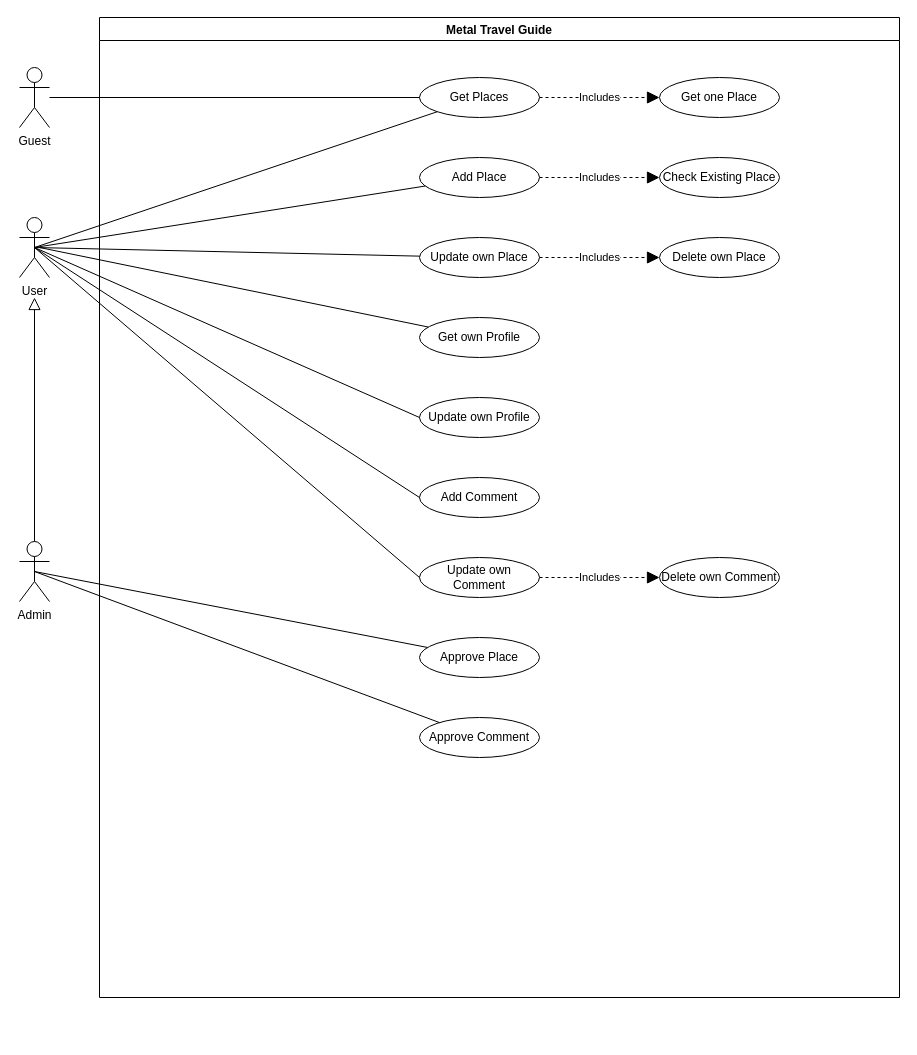
Before: backend/uml_case_diagram.drawio in peppecuci/metaltravelguide, a draw.io diagram. Source tidied: cells renumbered, new cells numbered last; positions are measured from the earlier drawing's top-left corner, leaving out a move shared by most shapes. Both pictures are drawn from the tidied source at 100%, with x=0, y=0 at pixel (19, 17).
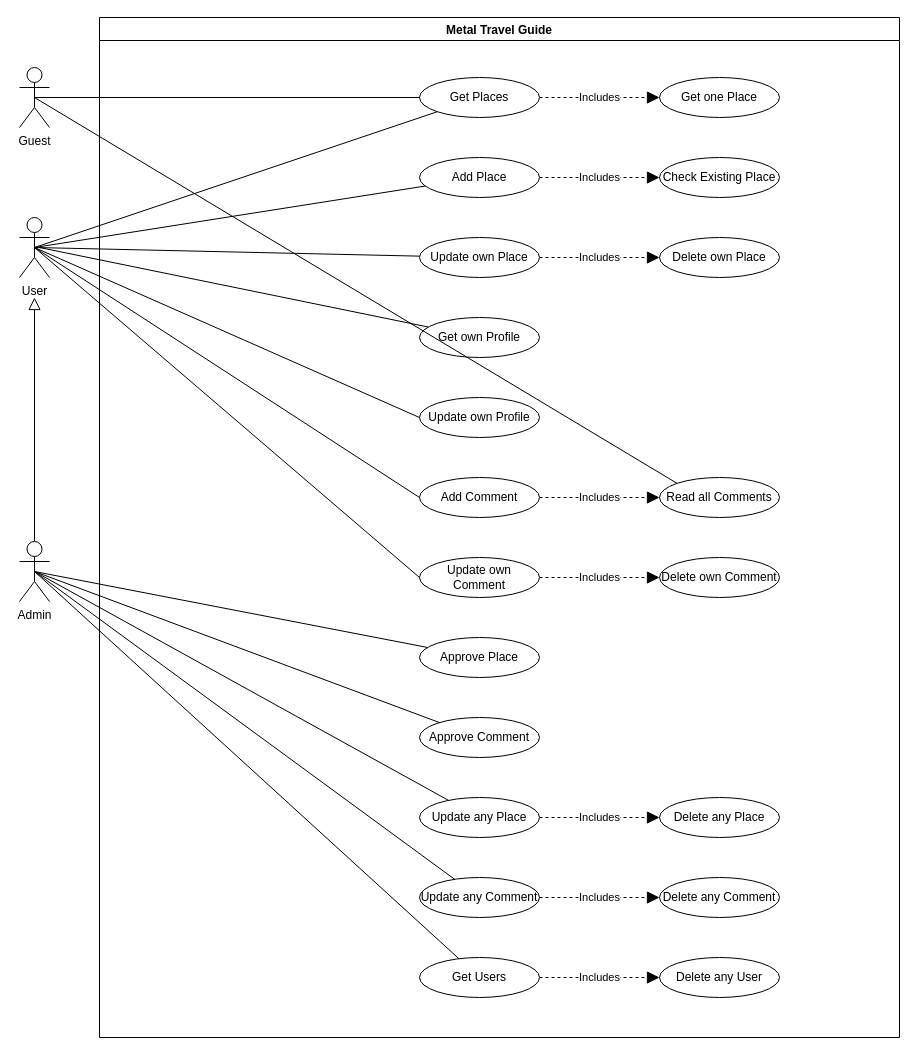
The same page after the edit.

Unchanged cells that the change refers to:
```xml
<mxCell id="3" value="Admin" style="shape=umlActor;verticalLabelPosition=bottom;verticalAlign=top;html=1;outlineConnect=0;" parent="1" vertex="1">
  <mxGeometry y="524" width="30" height="60" as="geometry" />
</mxCell>
<mxCell id="8" value="Get Places" style="ellipse;whiteSpace=wrap;html=1;" parent="4" vertex="1">
  <mxGeometry x="320" y="60" width="120" height="40" as="geometry" />
</mxCell>
<mxCell id="17" value="Add Comment" style="ellipse;whiteSpace=wrap;html=1;" parent="4" vertex="1">
  <mxGeometry x="320" y="460" width="120" height="40" as="geometry" />
</mxCell>
<mxCell id="32" value="Guest" style="shape=umlActor;verticalLabelPosition=bottom;verticalAlign=top;html=1;outlineConnect=0;" parent="1" vertex="1">
  <mxGeometry y="50" width="30" height="60" as="geometry" />
</mxCell>
```

Change to the diagram source:
```diff
@@
     <mxCell id="4" value="Metal Travel Guide" style="swimlane;" parent="1" vertex="1">
-      <mxGeometry x="80" width="800" height="980" as="geometry" />
+      <mxGeometry x="80" width="800" height="1020" as="geometry" />
     </mxCell>
@@
+    <mxCell id="34" value="Update any Place" style="ellipse;whiteSpace=wrap;html=1;" parent="4" vertex="1">
+      <mxGeometry x="320" y="780" width="120" height="40" as="geometry" />
+    </mxCell>
+    <mxCell id="35" value="Delete any Place" style="ellipse;whiteSpace=wrap;html=1;" parent="4" vertex="1">
+      <mxGeometry x="560" y="780" width="120" height="40" as="geometry" />
+    </mxCell>
+    <mxCell id="36" value="Includes" style="endArrow=block;endSize=10;endFill=1;html=1;rounded=0;strokeWidth=1;startSize=10;dashed=1;startArrow=none;exitX=1;exitY=0.5;exitDx=0;exitDy=0;entryX=0;entryY=0.5;entryDx=0;entryDy=0;" parent="4" edge="1" source="34" target="35">
+      <mxGeometry relative="1" as="geometry" />
+    </mxCell>
+    <mxCell id="37" value="Get Users" style="ellipse;whiteSpace=wrap;html=1;" parent="4" vertex="1">
+      <mxGeometry x="320" y="940" width="120" height="40" as="geometry" />
+    </mxCell>
+    <mxCell id="38" value="Delete any User" style="ellipse;whiteSpace=wrap;html=1;" parent="4" vertex="1">
+      <mxGeometry x="560" y="940" width="120" height="40" as="geometry" />
+    </mxCell>
+    <mxCell id="39" value="Includes" style="endArrow=block;endSize=10;endFill=1;html=1;rounded=0;strokeWidth=1;startSize=10;dashed=1;startArrow=none;exitX=1;exitY=0.5;exitDx=0;exitDy=0;" parent="4" edge="1" source="37" target="38">
+      <mxGeometry relative="1" as="geometry" />
+    </mxCell>
+    <mxCell id="40" value="Update any Comment" style="ellipse;whiteSpace=wrap;html=1;" parent="4" vertex="1">
+      <mxGeometry x="320" y="860" width="120" height="40" as="geometry" />
+    </mxCell>
+    <mxCell id="41" value="Delete any Comment" style="ellipse;whiteSpace=wrap;html=1;" parent="4" vertex="1">
+      <mxGeometry x="560" y="860" width="120" height="40" as="geometry" />
+    </mxCell>
+    <mxCell id="42" value="Includes" style="endArrow=block;endSize=10;endFill=1;html=1;rounded=0;strokeWidth=1;startSize=10;dashed=1;startArrow=none;exitX=1;exitY=0.5;exitDx=0;exitDy=0;entryX=0;entryY=0.5;entryDx=0;entryDy=0;" parent="4" edge="1" source="40" target="41">
+      <mxGeometry relative="1" as="geometry" />
+    </mxCell>
+    <mxCell id="43" value="Read all Comments" style="ellipse;whiteSpace=wrap;html=1;" parent="4" vertex="1">
+      <mxGeometry x="560" y="460" width="120" height="40" as="geometry" />
+    </mxCell>
+    <mxCell id="44" value="Includes" style="endArrow=block;endSize=10;endFill=1;html=1;rounded=0;strokeWidth=1;startSize=10;dashed=1;startArrow=none;exitX=1;exitY=0.5;exitDx=0;exitDy=0;" parent="4" edge="1" source="17" target="43">
+      <mxGeometry relative="1" as="geometry" />
+    </mxCell>
@@
-    <mxCell id="33" style="endArrow=none;html=1;rounded=0;" parent="1" edge="1" source="8" target="32">
-      <mxGeometry relative="1" as="geometry" />
+    <mxCell id="33" style="endArrow=none;html=1;rounded=0;" parent="1" edge="1" source="8">
+      <mxGeometry relative="1" as="geometry">
+        <mxPoint x="15" y="80" as="targetPoint" />
+      </mxGeometry>
     </mxCell>
+    <mxCell id="45" style="endArrow=none;html=1;rounded=0;exitX=0.5;exitY=0.5;exitDx=0;exitDy=0;exitPerimeter=0;" parent="1" edge="1" source="3" target="37">
+      <mxGeometry relative="1" as="geometry" />
+    </mxCell>
+    <mxCell id="46" style="endArrow=none;html=1;rounded=0;exitX=0.5;exitY=0.5;exitDx=0;exitDy=0;exitPerimeter=0;" parent="1" edge="1" source="3" target="40">
+      <mxGeometry relative="1" as="geometry" />
+    </mxCell>
+    <mxCell id="47" style="endArrow=none;html=1;rounded=0;exitX=0.5;exitY=0.5;exitDx=0;exitDy=0;exitPerimeter=0;" parent="1" edge="1" source="3" target="34">
+      <mxGeometry relative="1" as="geometry" />
+    </mxCell>
+    <mxCell id="48" style="endArrow=none;html=1;rounded=0;exitX=0;exitY=0;exitDx=0;exitDy=0;entryX=0.5;entryY=0.5;entryDx=0;entryDy=0;entryPerimeter=0;" parent="1" edge="1" source="43" target="32">
+      <mxGeometry relative="1" as="geometry" />
+    </mxCell>
```
